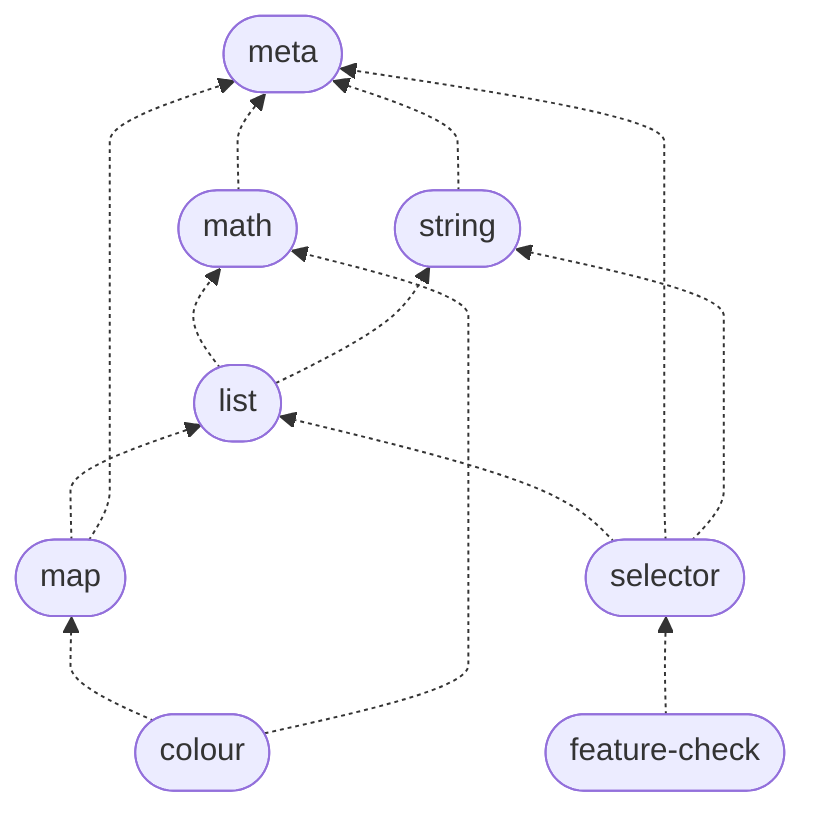
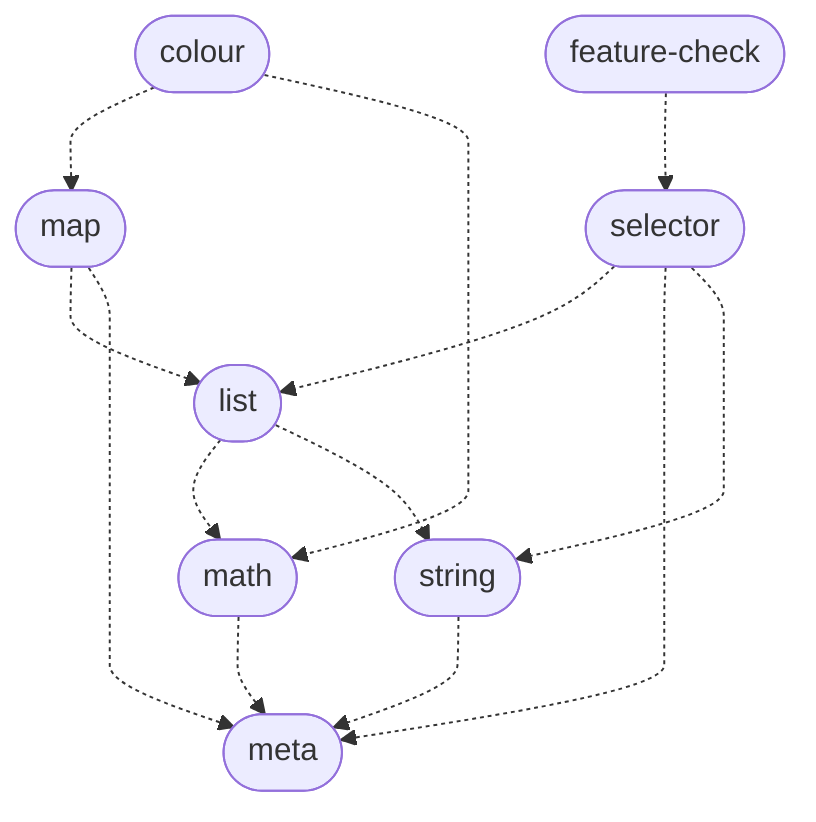
---
config:
  flowchart:
    curve: monotoneY
---
- flowchart BT
+ flowchart TB
	Colour([colour])
	FeatureCheck([feature-check])
	List([list])
	Map([map])
	Math([math])
	Meta([meta])
	Selector([selector])
	String([string])

    %% from dependents to their dependencies
    String -.-> Meta
    Math -.-> Meta
    List -.-> Math & String
    Map -.-> List & Meta
    Colour -.-> Map & Math
    Selector -.-> List & Meta & String
    FeatureCheck -.-> Selector